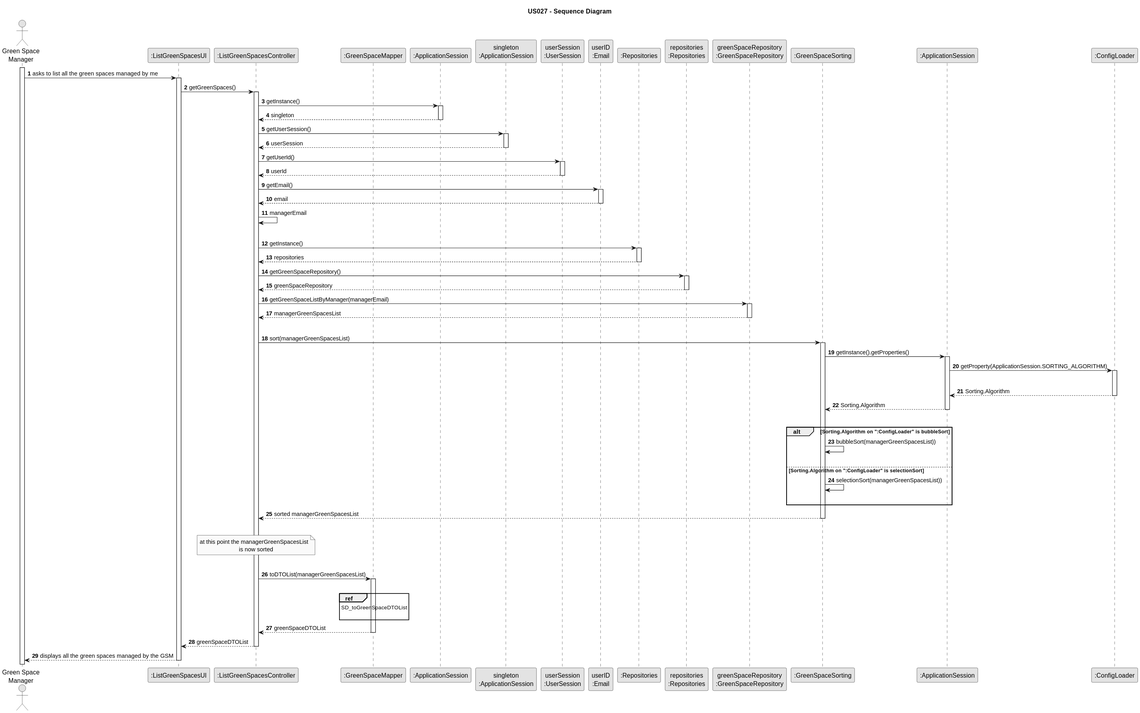
This is docs/sprintC/us027/03.design/svg/us027-sequence-diagram.svg from Rui-San/LAPR2_2023_2024, a PlantUML export, as it was before one commit.
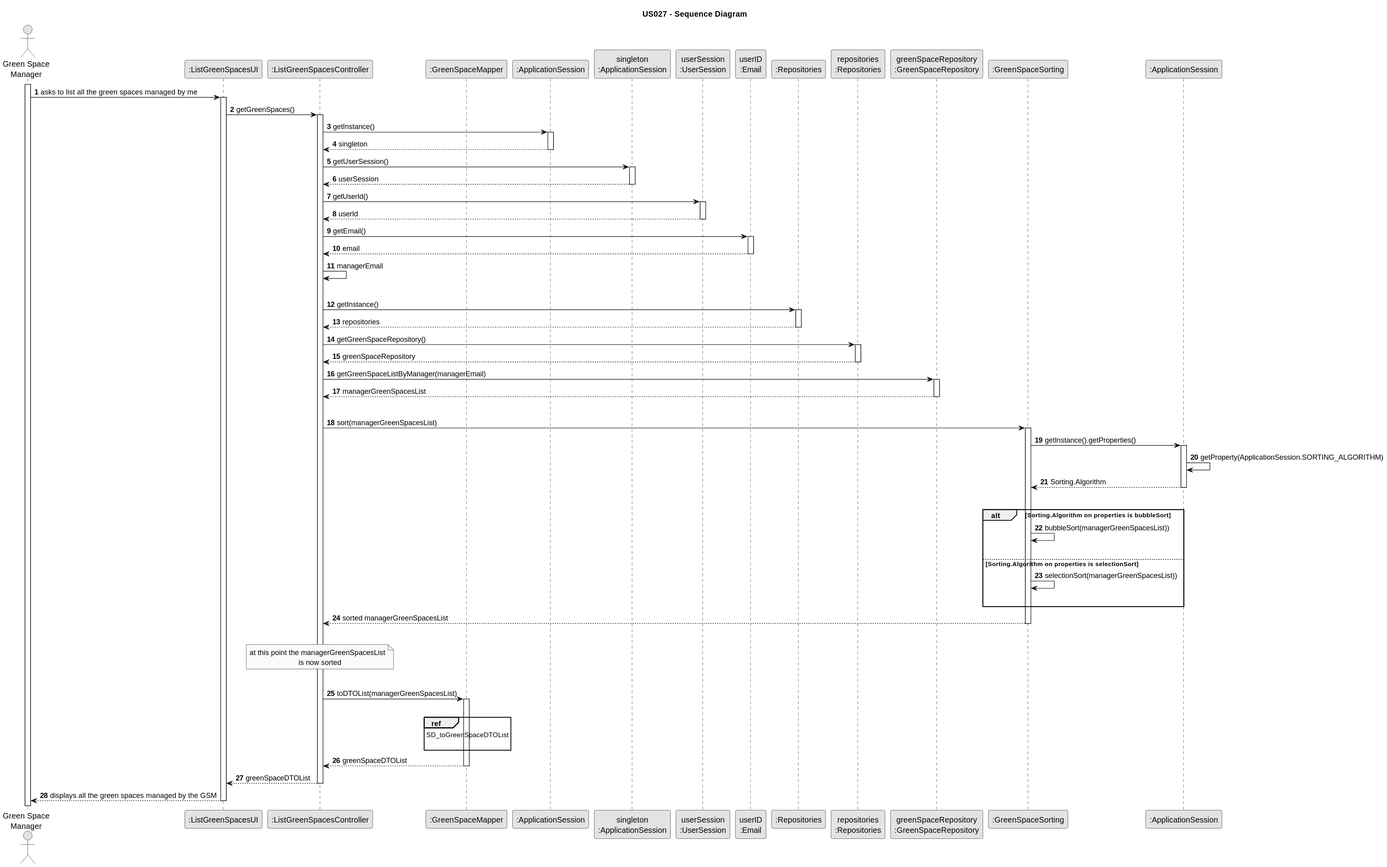
The same diagram one commit later.

Commit message:
US27: Removed ConfigLoader class

Change to the diagram source:
```diff
@@ -25,7 +25,7 @@
 
 participant ":GreenSpaceSorting" as GreenSpaceSorting
 participant ":ApplicationSession" as ApplicationSession
-participant ":ConfigLoader" as Config
+
 
 
 activate GSM
@@ -95,20 +95,17 @@
             GreenSpaceSorting -> ApplicationSession : getInstance().getProperties()
             activate ApplicationSession
 
-            ApplicationSession -> Config : getProperty(ApplicationSession.SORTING_ALGORITHM)
-            activate Config
-            |||
-            Config --> ApplicationSession : Sorting.Algorithm
-            deactivate Config
+            ApplicationSession -> ApplicationSession : getProperty(ApplicationSession.SORTING_ALGORITHM)
+
 
             ApplicationSession --> GreenSpaceSorting : Sorting.Algorithm
             deactivate ApplicationSession
             |||
-            alt Sorting.Algorithm on ":ConfigLoader" is bubbleSort
+            alt Sorting.Algorithm on properties is bubbleSort
 
             GreenSpaceSorting -> GreenSpaceSorting : bubbleSort(managerGreenSpacesList))
             |||
-            else Sorting.Algorithm on ":ConfigLoader" is selectionSort
+            else Sorting.Algorithm on properties is selectionSort
 
             GreenSpaceSorting -> GreenSpaceSorting : selectionSort(managerGreenSpacesList))
             |||
```
